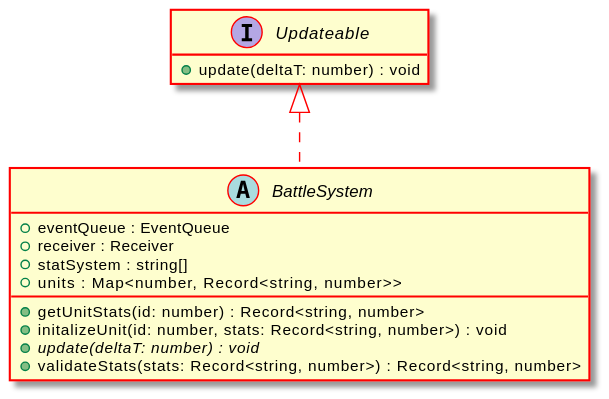
Before: docs/api/assets/BattleSystem-umlClassDiagram-1563.svg, a diagram exported from PlantUML (Test123938/Test2).
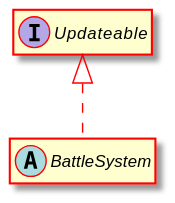
After the commit.

Change to the diagram source:
```diff
@@ -5,17 +5,8 @@
 hide empty methods
 hide empty fields
 abstract class "BattleSystem" {
-    +eventQueue : EventQueue
-    +receiver : Receiver
-    +statSystem : string[]
-    +units : Map<number, Record<string, number>>
-    +getUnitStats(id: number) : Record<string, number>
-    +initalizeUnit(id: number, stats: Record<string, number>) : void
-    {abstract} +update(deltaT: number) : void
-    +validateStats(stats: Record<string, number>) : Record<string, number>
 }
 interface "Updateable" {
-    +update(deltaT: number) : void
 }
 "Updateable" <|.. "BattleSystem"
 @enduml
```
